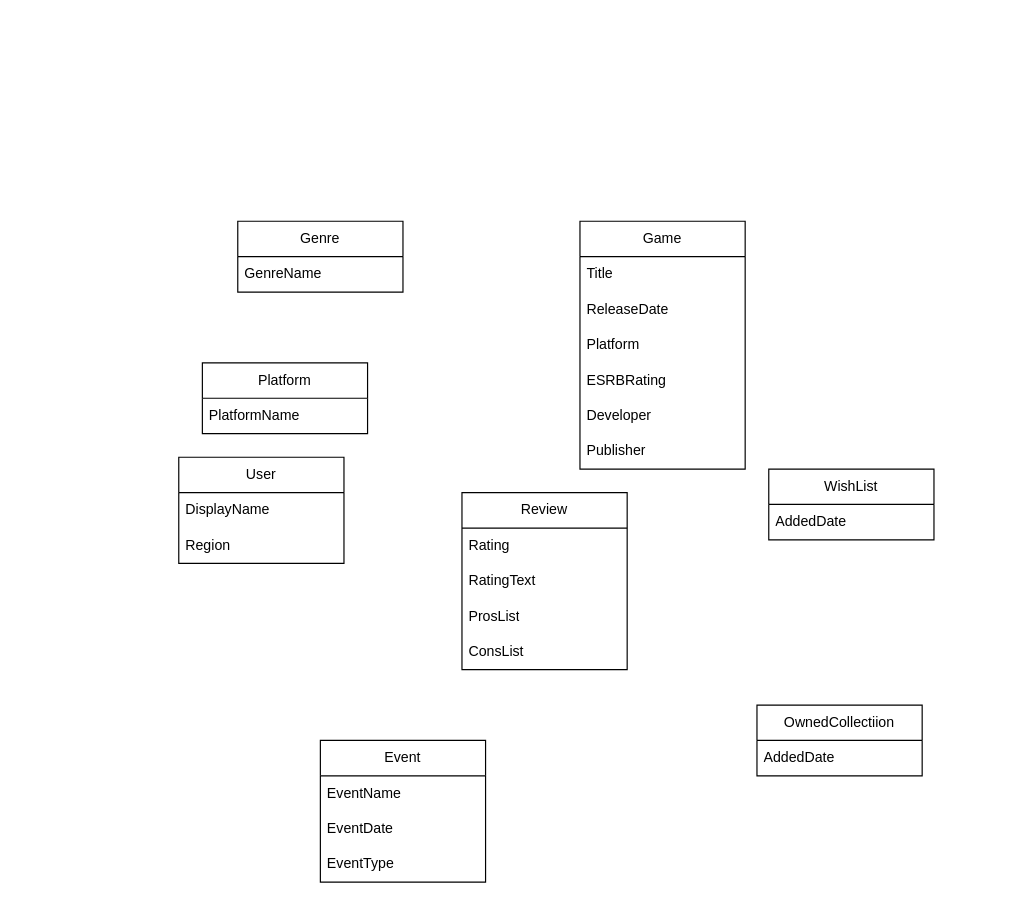
Before: concept1.drawio in nummy/top, a draw.io diagram. Source tidied: cells renumbered, new cells numbered last; positions are measured from the earlier drawing's top-left corner, leaving out a move shared by most shapes. Both pictures are drawn from the tidied source at 118%, with x=0, y=0 at pixel (178, 221).
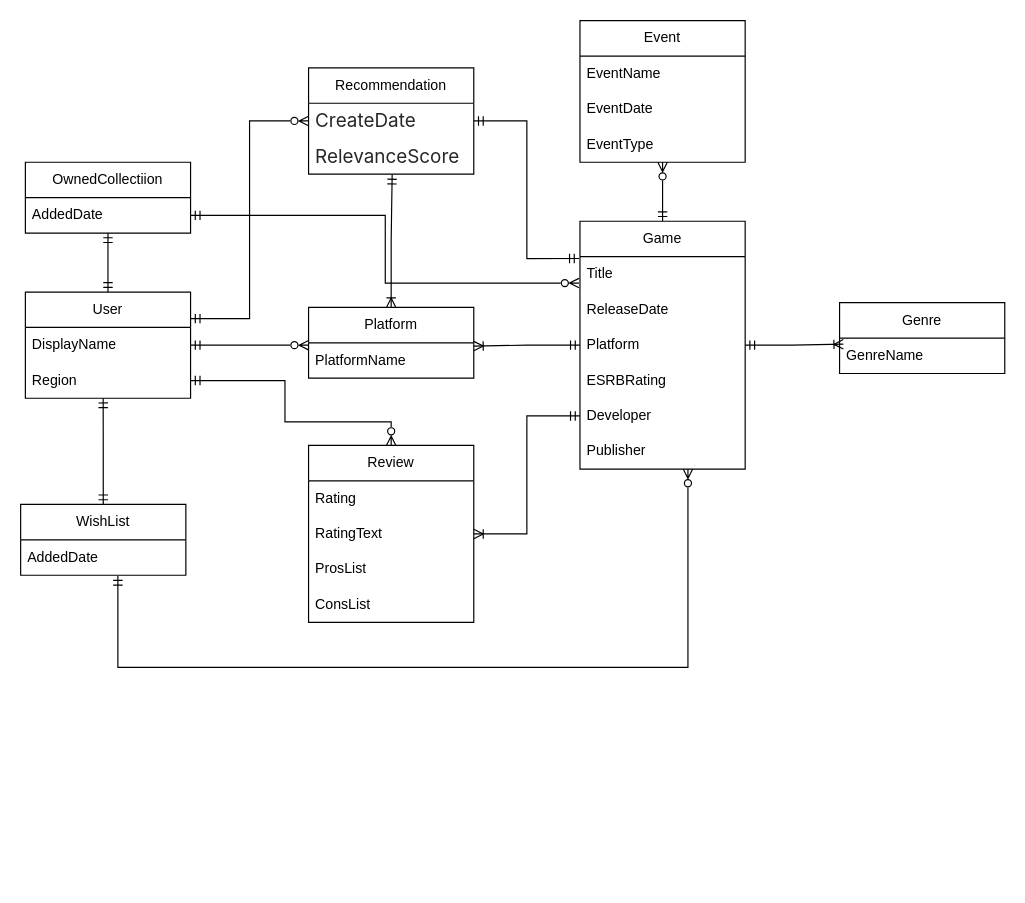
The same page after the edit.

The change refers to these unchanged cells:
```xml
<mxCell id="2" value="Game" style="swimlane;fontStyle=0;horizontal=1;startSize=30;whiteSpace=wrap;html=1;" parent="1" vertex="1">
  <mxGeometry x="340" width="140" height="210" as="geometry" />
</mxCell>
<mxCell id="3" value="Title" style="text;strokeColor=none;fillColor=none;align=left;verticalAlign=middle;spacingLeft=4;spacingRight=4;overflow=hidden;points=[[0,0.5],[1,0.5]];portConstraint=eastwest;whiteSpace=wrap;html=1;" parent="2" vertex="1">
  <mxGeometry y="30" width="140" height="30" as="geometry" />
</mxCell>
<mxCell id="5" value="Platform" style="text;strokeColor=none;fillColor=none;align=left;verticalAlign=middle;spacingLeft=4;spacingRight=4;overflow=hidden;points=[[0,0.5],[1,0.5]];portConstraint=eastwest;whiteSpace=wrap;html=1;" parent="2" vertex="1">
  <mxGeometry y="90" width="140" height="30" as="geometry" />
</mxCell>
<mxCell id="7" value="Developer" style="text;strokeColor=none;fillColor=none;align=left;verticalAlign=middle;spacingLeft=4;spacingRight=4;overflow=hidden;points=[[0,0.5],[1,0.5]];portConstraint=eastwest;whiteSpace=wrap;html=1;" parent="2" vertex="1">
  <mxGeometry y="150" width="140" height="30" as="geometry" />
</mxCell>
<mxCell id="10" value="GenreName" style="text;strokeColor=none;fillColor=none;align=left;verticalAlign=middle;spacingLeft=4;spacingRight=4;overflow=hidden;points=[[0,0.5],[1,0.5]];portConstraint=eastwest;whiteSpace=wrap;html=1;" parent="9" vertex="1">
  <mxGeometry y="30" width="140" height="30" as="geometry" />
</mxCell>
<mxCell id="12" value="PlatformName" style="text;strokeColor=none;fillColor=none;align=left;verticalAlign=middle;spacingLeft=4;spacingRight=4;overflow=hidden;points=[[0,0.5],[1,0.5]];portConstraint=eastwest;whiteSpace=wrap;html=1;" parent="11" vertex="1">
  <mxGeometry y="30" width="140" height="30" as="geometry" />
</mxCell>
<mxCell id="14" value="DisplayName" style="text;strokeColor=none;fillColor=none;align=left;verticalAlign=middle;spacingLeft=4;spacingRight=4;overflow=hidden;points=[[0,0.5],[1,0.5]];portConstraint=eastwest;whiteSpace=wrap;html=1;" parent="13" vertex="1">
  <mxGeometry y="30" width="140" height="30" as="geometry" />
</mxCell>
<mxCell id="15" value="Region" style="text;strokeColor=none;fillColor=none;align=left;verticalAlign=middle;spacingLeft=4;spacingRight=4;overflow=hidden;points=[[0,0.5],[1,0.5]];portConstraint=eastwest;whiteSpace=wrap;html=1;" parent="13" vertex="1">
  <mxGeometry y="60" width="140" height="30" as="geometry" />
</mxCell>
<mxCell id="18" value="RatingText" style="text;strokeColor=none;fillColor=none;align=left;verticalAlign=middle;spacingLeft=4;spacingRight=4;overflow=hidden;points=[[0,0.5],[1,0.5]];portConstraint=eastwest;whiteSpace=wrap;html=1;" parent="16" vertex="1">
  <mxGeometry y="60" width="140" height="30" as="geometry" />
</mxCell>
<mxCell id="24" value="AddedDate" style="text;strokeColor=none;fillColor=none;align=left;verticalAlign=middle;spacingLeft=4;spacingRight=4;overflow=hidden;points=[[0,0.5],[1,0.5]];portConstraint=eastwest;whiteSpace=wrap;html=1;" parent="23" vertex="1">
  <mxGeometry y="30" width="140" height="30" as="geometry" />
</mxCell>
```

The edit, as a diff of the source:
```diff
@@
+    <mxCell id="29" style="edgeStyle=orthogonalEdgeStyle;rounded=0;jettySize=auto;html=1;exitX=0.5;exitY=0;exitDx=0;exitDy=0;entryX=0.5;entryY=1;entryDx=0;entryDy=0;startArrow=ERmandOne;startFill=0;endArrow=ERzeroToMany;endFill=0;" parent="1" edge="1" source="2" target="25">
+      <mxGeometry relative="1" as="geometry" />
+    </mxCell>
@@
     <mxCell id="9" value="Genre" style="swimlane;fontStyle=0;horizontal=1;startSize=30;whiteSpace=wrap;html=1;" parent="1" vertex="1">
-      <mxGeometry x="50" width="140" height="60" as="geometry" />
+      <mxGeometry x="560" y="69" width="140" height="60" as="geometry" />
     </mxCell>
@@
     <mxCell id="11" value="Platform" style="swimlane;fontStyle=0;horizontal=1;startSize=30;whiteSpace=wrap;html=1;" parent="1" vertex="1">
-      <mxGeometry x="20" y="120" width="140" height="60" as="geometry" />
+      <mxGeometry x="110" y="73" width="140" height="60" as="geometry" />
     </mxCell>
@@
+    <mxCell id="30" style="edgeStyle=orthogonalEdgeStyle;rounded=0;jettySize=auto;html=1;exitX=1;exitY=0.25;exitDx=0;exitDy=0;entryX=0;entryY=0.5;entryDx=0;entryDy=0;startArrow=ERmandOne;startFill=0;endArrow=ERzeroToMany;endFill=0;" parent="1" edge="1" source="13" target="32">
+      <mxGeometry relative="1" as="geometry" />
+    </mxCell>
     <mxCell id="13" value="User" style="swimlane;fontStyle=0;horizontal=1;startSize=30;whiteSpace=wrap;html=1;" parent="1" vertex="1">
-      <mxGeometry y="200" width="140" height="90" as="geometry" />
+      <mxGeometry x="-130" y="60" width="140" height="90" as="geometry" />
     </mxCell>
@@
     <mxCell id="16" value="Review" style="swimlane;fontStyle=0;horizontal=1;startSize=30;whiteSpace=wrap;html=1;" parent="1" vertex="1">
-      <mxGeometry x="240" y="230" width="140" height="150" as="geometry" />
+      <mxGeometry x="110" y="190" width="140" height="150" as="geometry" />
     </mxCell>
@@
     <mxCell id="21" value="WishList" style="swimlane;fontStyle=0;horizontal=1;startSize=30;whiteSpace=wrap;html=1;" parent="1" vertex="1">
-      <mxGeometry x="500" y="210" width="140" height="60" as="geometry" />
+      <mxGeometry x="-134" y="240" width="140" height="60" as="geometry" />
     </mxCell>
@@
     <mxCell id="23" value="OwnedCollectiion" style="swimlane;fontStyle=0;horizontal=1;startSize=30;whiteSpace=wrap;html=1;" parent="1" vertex="1">
-      <mxGeometry x="490" y="410" width="140" height="60" as="geometry" />
+      <mxGeometry x="-130" y="-50" width="140" height="60" as="geometry" />
     </mxCell>
@@
     <mxCell id="25" value="Event" style="swimlane;fontStyle=0;horizontal=1;startSize=30;whiteSpace=wrap;html=1;" parent="1" vertex="1">
-      <mxGeometry x="120" y="440" width="140" height="120" as="geometry" />
+      <mxGeometry x="340" y="-170" width="140" height="120" as="geometry" />
     </mxCell>
@@
+    <mxCell id="31" value="Recommendation" style="swimlane;fontStyle=0;horizontal=1;startSize=30;whiteSpace=wrap;html=1;" parent="1" vertex="1">
+      <mxGeometry x="110" y="-130" width="140" height="90" as="geometry" />
+    </mxCell>
+    <mxCell id="32" value="&lt;span style=&quot;color: rgba(0, 0, 0, 0.85); font-family: Inter, -apple-system, BlinkMacSystemFont, &amp;quot;Segoe UI&amp;quot;, &amp;quot;PingFang SC&amp;quot;, &amp;quot;Hiragino Sans GB&amp;quot;, &amp;quot;Microsoft YaHei&amp;quot;, &amp;quot;Helvetica Neue&amp;quot;, Helvetica, Arial, sans-serif; font-size: 16px; background-color: rgb(255, 255, 255);&quot;&gt;CreateDate&lt;/span&gt;" style="text;strokeColor=none;fillColor=none;align=left;verticalAlign=middle;spacingLeft=4;spacingRight=4;overflow=hidden;points=[[0,0.5],[1,0.5]];portConstraint=eastwest;whiteSpace=wrap;html=1;" parent="31" vertex="1">
+      <mxGeometry y="30" width="140" height="30" as="geometry" />
+    </mxCell>
+    <mxCell id="33" value="&lt;span style=&quot;color: rgba(0, 0, 0, 0.85); font-family: Inter, -apple-system, BlinkMacSystemFont, &amp;quot;Segoe UI&amp;quot;, &amp;quot;PingFang SC&amp;quot;, &amp;quot;Hiragino Sans GB&amp;quot;, &amp;quot;Microsoft YaHei&amp;quot;, &amp;quot;Helvetica Neue&amp;quot;, Helvetica, Arial, sans-serif; font-size: 16px; background-color: rgb(255, 255, 255);&quot;&gt;RelevanceScore&amp;nbsp;&lt;/span&gt;" style="text;strokeColor=none;fillColor=none;align=left;verticalAlign=middle;spacingLeft=4;spacingRight=4;overflow=hidden;points=[[0,0.5],[1,0.5]];portConstraint=eastwest;whiteSpace=wrap;html=1;" parent="31" vertex="1">
+      <mxGeometry y="60" width="140" height="30" as="geometry" />
+    </mxCell>
+    <mxCell id="34" style="edgeStyle=orthogonalEdgeStyle;rounded=0;jettySize=auto;html=1;exitX=0;exitY=0.5;exitDx=0;exitDy=0;startArrow=ERmandOne;startFill=0;endArrow=ERoneToMany;endFill=0;entryX=1;entryY=0.093;entryDx=0;entryDy=0;entryPerimeter=0;" parent="1" edge="1" source="5" target="12">
+      <mxGeometry relative="1" as="geometry" />
+    </mxCell>
+    <mxCell id="35" style="edgeStyle=orthogonalEdgeStyle;rounded=0;jettySize=auto;html=1;exitX=1;exitY=0.5;exitDx=0;exitDy=0;entryX=0;entryY=0.067;entryDx=0;entryDy=0;entryPerimeter=0;startArrow=ERmandOne;startFill=0;endArrow=ERzeroToMany;endFill=0;" parent="1" edge="1" source="14" target="12">
+      <mxGeometry relative="1" as="geometry" />
+    </mxCell>
+    <mxCell id="36" style="edgeStyle=orthogonalEdgeStyle;rounded=0;jettySize=auto;html=1;exitX=0.5;exitY=0;exitDx=0;exitDy=0;entryX=0.506;entryY=1.013;entryDx=0;entryDy=0;entryPerimeter=0;startArrow=ERoneToMany;startFill=0;endArrow=ERmandOne;endFill=0;" parent="1" edge="1" source="11" target="33">
+      <mxGeometry relative="1" as="geometry" />
+    </mxCell>
+    <mxCell id="37" style="edgeStyle=orthogonalEdgeStyle;rounded=0;jettySize=auto;html=1;exitX=1;exitY=0.5;exitDx=0;exitDy=0;entryX=0.023;entryY=0.173;entryDx=0;entryDy=0;entryPerimeter=0;startArrow=ERmandOne;startFill=0;endArrow=ERoneToMany;endFill=0;" parent="1" edge="1" source="5" target="10">
+      <mxGeometry relative="1" as="geometry" />
+    </mxCell>
+    <mxCell id="38" style="edgeStyle=orthogonalEdgeStyle;rounded=0;jettySize=auto;html=1;exitX=0.5;exitY=0;exitDx=0;exitDy=0;entryX=1;entryY=0.5;entryDx=0;entryDy=0;startArrow=ERzeroToMany;startFill=0;endArrow=ERmandOne;endFill=0;" parent="1" edge="1" source="16" target="15">
+      <mxGeometry relative="1" as="geometry">
+        <Array as="points">
+          <mxPoint x="180" y="170" />
+          <mxPoint x="90" y="170" />
+          <mxPoint x="90" y="135" />
+        </Array>
+      </mxGeometry>
+    </mxCell>
+    <mxCell id="39" style="edgeStyle=orthogonalEdgeStyle;rounded=0;jettySize=auto;html=1;exitX=1;exitY=0.5;exitDx=0;exitDy=0;entryX=0;entryY=0.5;entryDx=0;entryDy=0;endArrow=ERmandOne;endFill=0;startArrow=ERoneToMany;startFill=0;" parent="1" edge="1" source="18" target="7">
+      <mxGeometry relative="1" as="geometry" />
+    </mxCell>
+    <mxCell id="40" style="edgeStyle=orthogonalEdgeStyle;rounded=0;jettySize=auto;html=1;exitX=0.5;exitY=0;exitDx=0;exitDy=0;entryX=0.471;entryY=1;entryDx=0;entryDy=0;entryPerimeter=0;startArrow=ERmandOne;startFill=0;endArrow=ERmandOne;endFill=0;" parent="1" edge="1" source="21" target="15">
+      <mxGeometry relative="1" as="geometry" />
+    </mxCell>
+    <mxCell id="41" style="edgeStyle=orthogonalEdgeStyle;rounded=0;orthogonalLoop=1;jettySize=auto;html=1;exitX=0.489;exitY=1.093;exitDx=0;exitDy=0;entryX=0.554;entryY=1.08;entryDx=0;entryDy=0;entryPerimeter=0;exitPerimeter=0;startArrow=ERmandOne;startFill=0;endArrow=ERzeroToMany;endFill=0;" parent="1" edge="1">
+      <mxGeometry relative="1" as="geometry">
+        <mxPoint x="-51.6" y="300.4" as="sourcePoint" />
+        <mxPoint x="431.5" y="210" as="targetPoint" />
+        <Array as="points">
+          <mxPoint x="-52" y="378" />
+          <mxPoint x="432" y="378" />
+        </Array>
+      </mxGeometry>
+    </mxCell>
+    <mxCell id="42" style="edgeStyle=orthogonalEdgeStyle;rounded=0;jettySize=auto;html=1;exitX=0.5;exitY=0;exitDx=0;exitDy=0;startArrow=ERmandOne;startFill=0;endArrow=ERmandOne;endFill=0;" parent="1" edge="1" source="13">
+      <mxGeometry relative="1" as="geometry">
+        <mxPoint x="-60" y="10" as="targetPoint" />
+      </mxGeometry>
+    </mxCell>
+    <mxCell id="43" style="edgeStyle=orthogonalEdgeStyle;rounded=0;jettySize=auto;html=1;exitX=1;exitY=0.5;exitDx=0;exitDy=0;entryX=-0.006;entryY=0.747;entryDx=0;entryDy=0;entryPerimeter=0;startArrow=ERmandOne;startFill=0;endArrow=ERzeroToMany;endFill=0;" parent="1" edge="1" source="24" target="3">
+      <mxGeometry relative="1" as="geometry" />
+    </mxCell>
+    <mxCell id="44" style="edgeStyle=orthogonalEdgeStyle;rounded=0;jettySize=auto;html=1;exitX=1;exitY=0.5;exitDx=0;exitDy=0;entryX=-0.006;entryY=0.053;entryDx=0;entryDy=0;entryPerimeter=0;startArrow=ERmandOne;startFill=0;endArrow=ERmandOne;endFill=0;" parent="1" edge="1" source="32" target="3">
+      <mxGeometry relative="1" as="geometry" />
+    </mxCell>
```
